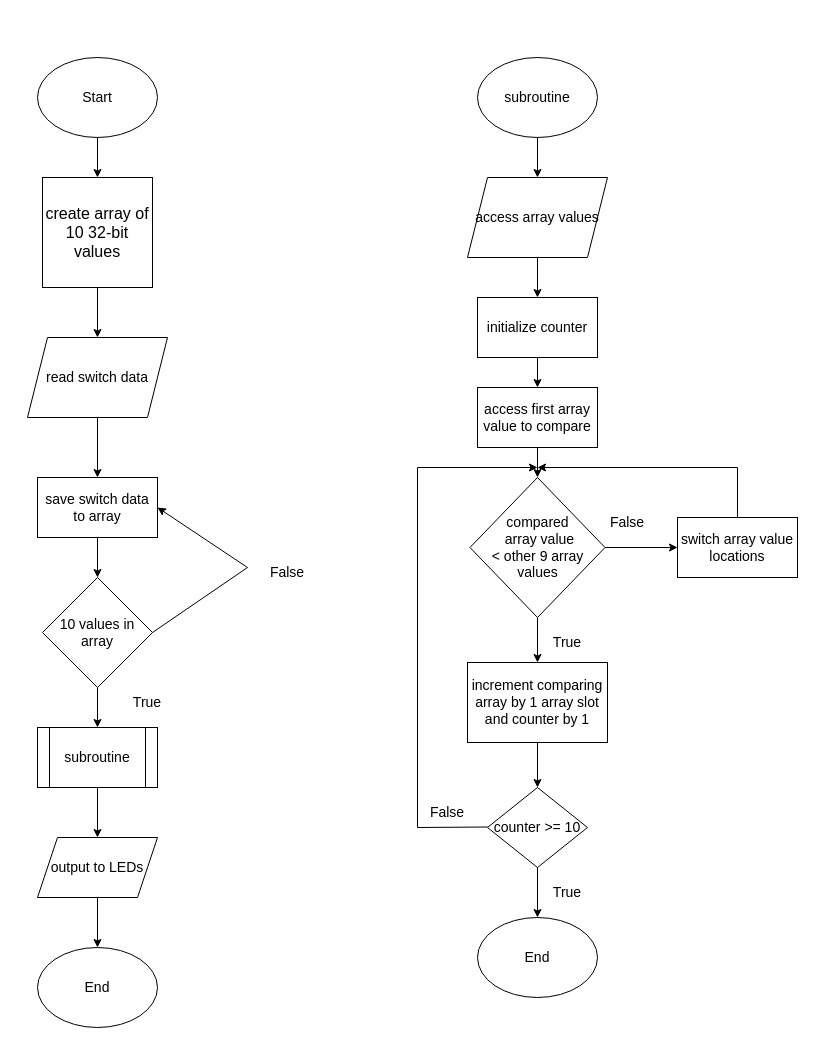
Above: final_project_SW.drawio in psp-player/CPE233 (draw.io), before the change. Source tidied: cells renumbered, new cells numbered last; positions are measured from the earlier drawing's top-left corner, leaving out a move shared by most shapes. Both pictures are drawn from the tidied source at 100%, with x=0, y=0 at pixel (27, 57).
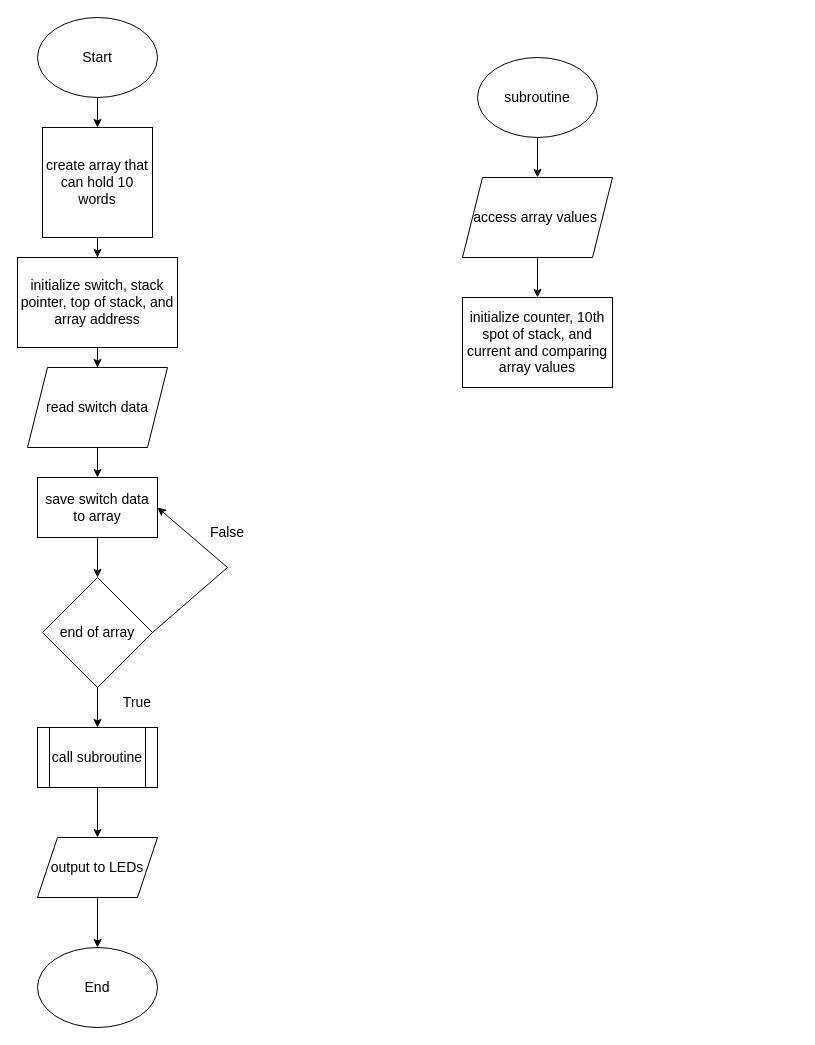
The same diagram, later.

Unchanged cells that the change refers to:
```xml
<mxCell id="9" value="&lt;font style=&quot;font-size: 14px;&quot;&gt;save switch data to array&lt;/font&gt;" style="rounded=0;whiteSpace=wrap;html=1;" parent="1" vertex="1">
  <mxGeometry x="10" y="420" width="120" height="60" as="geometry" />
</mxCell>
```

The edit, as a diff of the source:
```diff
@@
     <mxCell id="3" value="&lt;font style=&quot;font-size: 14px;&quot;&gt;Start&lt;/font&gt;" style="ellipse;whiteSpace=wrap;html=1;" parent="1" vertex="1">
-      <mxGeometry x="10" width="120" height="80" as="geometry" />
+      <mxGeometry x="10" y="-40" width="120" height="80" as="geometry" />
     </mxCell>
-    <mxCell id="4" style="edgeStyle=orthogonalEdgeStyle;rounded=0;jettySize=auto;html=1;entryX=0.5;entryY=0;entryDx=0;entryDy=0;" parent="1" edge="1" source="5" target="7">
-      <mxGeometry relative="1" as="geometry" />
-    </mxCell>
+    <mxCell id="47" style="edgeStyle=orthogonalEdgeStyle;rounded=0;jettySize=auto;html=1;entryX=0.5;entryY=0;entryDx=0;entryDy=0;" parent="1" edge="1" source="5" target="50">
+      <mxGeometry relative="1" as="geometry" />
+    </mxCell>
-    <mxCell id="5" value="&lt;font size=&quot;3&quot;&gt;create array of 10 32-bit values&lt;/font&gt;" style="whiteSpace=wrap;html=1;" parent="1" vertex="1">
-      <mxGeometry x="15" y="120" width="110" height="110" as="geometry" />
+    <mxCell id="5" value="&lt;font style=&quot;font-size: 14px;&quot;&gt;create array that can hold 10 words&lt;/font&gt;" style="whiteSpace=wrap;html=1;" parent="1" vertex="1">
+      <mxGeometry x="15" y="70" width="110" height="110" as="geometry" />
     </mxCell>
@@
     <mxCell id="7" value="&lt;font style=&quot;font-size: 14px;&quot;&gt;read switch data&lt;/font&gt;" style="shape=parallelogram;perimeter=parallelogramPerimeter;whiteSpace=wrap;html=1;fixedSize=1;" parent="1" vertex="1">
-      <mxGeometry y="280" width="140" height="80" as="geometry" />
+      <mxGeometry y="310" width="140" height="80" as="geometry" />
     </mxCell>
@@
-    <mxCell id="11" value="&lt;font style=&quot;font-size: 14px;&quot;&gt;10 values in array&lt;/font&gt;" style="rhombus;whiteSpace=wrap;html=1;" parent="1" vertex="1">
+    <mxCell id="11" value="&lt;span style=&quot;font-size: 14px;&quot;&gt;end of array&lt;/span&gt;" style="rhombus;whiteSpace=wrap;html=1;" parent="1" vertex="1">
       <mxGeometry x="15" y="520" width="110" height="110" as="geometry" />
     </mxCell>
@@
-    <mxCell id="13" value="&lt;font style=&quot;font-size: 14px;&quot;&gt;subroutine&lt;/font&gt;" style="shape=process;whiteSpace=wrap;html=1;backgroundOutline=1;" parent="1" vertex="1">
+    <mxCell id="13" value="&lt;font style=&quot;font-size: 14px;&quot;&gt;call subroutine&lt;/font&gt;" style="shape=process;whiteSpace=wrap;html=1;backgroundOutline=1;" parent="1" vertex="1">
       <mxGeometry x="10" y="670" width="120" height="60" as="geometry" />
     </mxCell>
@@
-    <mxCell id="19" style="endArrow=none;html=1;rounded=0;exitX=1;exitY=0.5;exitDx=0;exitDy=0;" parent="1" edge="1" source="11">
-      <mxGeometry relative="1" as="geometry">
-        <mxPoint x="220" y="510" as="targetPoint" />
-      </mxGeometry>
-    </mxCell>
-    <mxCell id="20" style="endArrow=classic;html=1;rounded=0;entryX=1;entryY=0.5;entryDx=0;entryDy=0;" parent="1" edge="1" target="9">
-      <mxGeometry relative="1" as="geometry">
-        <mxPoint x="220" y="510" as="sourcePoint" />
-      </mxGeometry>
-    </mxCell>
     <mxCell id="21" value="&lt;font style=&quot;font-size: 14px;&quot;&gt;True&lt;/font&gt;" style="text;html=1;align=center;verticalAlign=middle;whiteSpace=wrap;rounded=0;" parent="1" vertex="1">
-      <mxGeometry x="90" y="630" width="60" height="30" as="geometry" />
+      <mxGeometry x="80" y="630" width="60" height="30" as="geometry" />
     </mxCell>
-    <mxCell id="22" value="&lt;font style=&quot;font-size: 14px;&quot;&gt;False&lt;/font&gt;" style="text;html=1;align=center;verticalAlign=middle;whiteSpace=wrap;rounded=0;" parent="1" vertex="1">
-      <mxGeometry x="230" y="500" width="60" height="30" as="geometry" />
-    </mxCell>
-    <mxCell id="23" style="edgeStyle=orthogonalEdgeStyle;rounded=0;jettySize=auto;html=1;entryX=0.5;entryY=0;entryDx=0;entryDy=0;" parent="1" edge="1" source="24" target="26">
-      <mxGeometry relative="1" as="geometry" />
-    </mxCell>
+    <mxCell id="48" style="edgeStyle=orthogonalEdgeStyle;rounded=0;jettySize=auto;html=1;entryX=0.5;entryY=0;entryDx=0;entryDy=0;" parent="1" edge="1" source="24" target="33">
+      <mxGeometry relative="1" as="geometry" />
+    </mxCell>
-    <mxCell id="24" value="&lt;font style=&quot;font-size: 14px;&quot;&gt;access array values&lt;/font&gt;" style="shape=parallelogram;perimeter=parallelogramPerimeter;whiteSpace=wrap;html=1;fixedSize=1;" parent="1" vertex="1">
-      <mxGeometry x="440" y="120" width="140" height="80" as="geometry" />
+    <mxCell id="24" value="&lt;font style=&quot;font-size: 14px;&quot;&gt;access array values&amp;nbsp;&lt;/font&gt;" style="shape=parallelogram;perimeter=parallelogramPerimeter;whiteSpace=wrap;html=1;fixedSize=1;" parent="1" vertex="1">
+      <mxGeometry x="435" y="120" width="150" height="80" as="geometry" />
     </mxCell>
-    <mxCell id="25" style="edgeStyle=orthogonalEdgeStyle;rounded=0;jettySize=auto;html=1;entryX=0.5;entryY=0;entryDx=0;entryDy=0;" parent="1" edge="1" source="26" target="33">
-      <mxGeometry relative="1" as="geometry" />
-    </mxCell>
-    <mxCell id="26" value="&lt;font style=&quot;font-size: 14px;&quot;&gt;initialize counter&lt;/font&gt;" style="rounded=0;whiteSpace=wrap;html=1;" parent="1" vertex="1">
-      <mxGeometry x="450" y="240" width="120" height="60" as="geometry" />
-    </mxCell>
-    <mxCell id="27" style="edgeStyle=orthogonalEdgeStyle;rounded=0;jettySize=auto;html=1;entryX=0.5;entryY=0;entryDx=0;entryDy=0;" parent="1" edge="1" source="28" target="40">
-      <mxGeometry relative="1" as="geometry" />
-    </mxCell>
-    <mxCell id="28" value="&lt;font style=&quot;font-size: 14px;&quot;&gt;increment comparing array by 1 array slot and counter by 1&lt;/font&gt;" style="rounded=0;whiteSpace=wrap;html=1;" parent="1" vertex="1">
-      <mxGeometry x="440" y="605" width="140" height="80" as="geometry" />
-    </mxCell>
-    <mxCell id="29" style="edgeStyle=orthogonalEdgeStyle;rounded=0;jettySize=auto;html=1;entryX=0.5;entryY=0;entryDx=0;entryDy=0;" parent="1" edge="1" source="31" target="28">
-      <mxGeometry relative="1" as="geometry" />
-    </mxCell>
-    <mxCell id="30" style="edgeStyle=orthogonalEdgeStyle;rounded=0;jettySize=auto;html=1;entryX=0;entryY=0.5;entryDx=0;entryDy=0;" parent="1" edge="1" source="31" target="36">
-      <mxGeometry relative="1" as="geometry" />
-    </mxCell>
-    <mxCell id="31" value="&lt;font style=&quot;font-size: 14px;&quot;&gt;compared&lt;br&gt;&amp;nbsp;array value &lt;br&gt;&amp;lt; other 9 array values&lt;/font&gt;" style="rhombus;whiteSpace=wrap;html=1;" parent="1" vertex="1">
-      <mxGeometry x="442.5" y="420" width="135" height="140" as="geometry" />
-    </mxCell>
-    <mxCell id="32" style="edgeStyle=orthogonalEdgeStyle;rounded=0;jettySize=auto;html=1;entryX=0.5;entryY=0;entryDx=0;entryDy=0;" parent="1" edge="1" source="33" target="31">
-      <mxGeometry relative="1" as="geometry" />
-    </mxCell>
-    <mxCell id="33" value="&lt;font style=&quot;font-size: 14px;&quot;&gt;access first array value to compare&lt;/font&gt;" style="rounded=0;whiteSpace=wrap;html=1;" parent="1" vertex="1">
-      <mxGeometry x="450" y="330" width="120" height="60" as="geometry" />
+    <mxCell id="33" value="&lt;font style=&quot;font-size: 14px;&quot;&gt;initialize counter, 10th spot of stack, and current and comparing array values&lt;/font&gt;" style="rounded=0;whiteSpace=wrap;html=1;" parent="1" vertex="1">
+      <mxGeometry x="435" y="240" width="150" height="90" as="geometry" />
     </mxCell>
-    <mxCell id="34" value="&lt;font style=&quot;font-size: 14px;&quot;&gt;True&lt;/font&gt;" style="text;html=1;align=center;verticalAlign=middle;whiteSpace=wrap;rounded=0;" parent="1" vertex="1">
-      <mxGeometry x="510" y="570" width="60" height="30" as="geometry" />
-    </mxCell>
-    <mxCell id="35" value="&lt;font style=&quot;font-size: 14px;&quot;&gt;False&lt;/font&gt;" style="text;html=1;align=center;verticalAlign=middle;whiteSpace=wrap;rounded=0;" parent="1" vertex="1">
-      <mxGeometry x="570" y="450" width="60" height="30" as="geometry" />
-    </mxCell>
-    <mxCell id="36" value="&lt;font style=&quot;font-size: 14px;&quot;&gt;switch array value locations&lt;/font&gt;" style="rounded=0;whiteSpace=wrap;html=1;" parent="1" vertex="1">
-      <mxGeometry x="650" y="460" width="120" height="60" as="geometry" />
-    </mxCell>
-    <mxCell id="37" style="endArrow=none;html=1;rounded=0;" parent="1" edge="1">
-      <mxGeometry relative="1" as="geometry">
-        <mxPoint x="710" y="460" as="sourcePoint" />
-        <mxPoint x="710" y="410" as="targetPoint" />
-      </mxGeometry>
-    </mxCell>
-    <mxCell id="38" style="endArrow=classic;html=1;rounded=0;" parent="1" edge="1">
-      <mxGeometry relative="1" as="geometry">
-        <mxPoint x="710" y="410" as="sourcePoint" />
-        <mxPoint x="510" y="410" as="targetPoint" />
-      </mxGeometry>
-    </mxCell>
-    <mxCell id="39" style="edgeStyle=orthogonalEdgeStyle;rounded=0;jettySize=auto;html=1;entryX=0.5;entryY=0;entryDx=0;entryDy=0;" parent="1" edge="1" source="40" target="41">
-      <mxGeometry relative="1" as="geometry" />
-    </mxCell>
-    <mxCell id="40" value="&lt;font style=&quot;font-size: 14px;&quot;&gt;counter &amp;gt;= 10&lt;/font&gt;" style="rhombus;whiteSpace=wrap;html=1;" parent="1" vertex="1">
-      <mxGeometry x="460" y="730" width="100" height="80" as="geometry" />
-    </mxCell>
-    <mxCell id="41" value="&lt;font style=&quot;font-size: 14px;&quot;&gt;End&lt;/font&gt;" style="ellipse;whiteSpace=wrap;html=1;" parent="1" vertex="1">
-      <mxGeometry x="450" y="860" width="120" height="80" as="geometry" />
-    </mxCell>
-    <mxCell id="42" value="&lt;font style=&quot;font-size: 14px;&quot;&gt;True&lt;/font&gt;" style="text;html=1;align=center;verticalAlign=middle;whiteSpace=wrap;rounded=0;" parent="1" vertex="1">
-      <mxGeometry x="510" y="820" width="60" height="30" as="geometry" />
-    </mxCell>
-    <mxCell id="43" value="&lt;font style=&quot;font-size: 14px;&quot;&gt;False&lt;/font&gt;" style="text;html=1;align=center;verticalAlign=middle;whiteSpace=wrap;rounded=0;" parent="1" vertex="1">
-      <mxGeometry x="390" y="740" width="60" height="30" as="geometry" />
-    </mxCell>
-    <mxCell id="44" style="endArrow=none;html=1;rounded=0;" parent="1" edge="1">
-      <mxGeometry relative="1" as="geometry">
-        <mxPoint x="390" y="770" as="sourcePoint" />
-        <mxPoint x="460" y="769.5" as="targetPoint" />
-      </mxGeometry>
-    </mxCell>
-    <mxCell id="45" style="endArrow=none;html=1;rounded=0;" parent="1" edge="1">
-      <mxGeometry relative="1" as="geometry">
-        <mxPoint x="390" y="770" as="sourcePoint" />
-        <mxPoint x="390" y="410" as="targetPoint" />
-      </mxGeometry>
-    </mxCell>
-    <mxCell id="46" style="endArrow=classic;html=1;rounded=0;" parent="1" edge="1">
-      <mxGeometry relative="1" as="geometry">
-        <mxPoint x="390" y="410" as="sourcePoint" />
-        <mxPoint x="510" y="410" as="targetPoint" />
-      </mxGeometry>
-    </mxCell>
+    <mxCell id="49" style="edgeStyle=orthogonalEdgeStyle;rounded=0;jettySize=auto;html=1;entryX=0.5;entryY=0;entryDx=0;entryDy=0;" parent="1" edge="1" source="50" target="7">
+      <mxGeometry relative="1" as="geometry" />
+    </mxCell>
+    <mxCell id="50" value="&lt;font style=&quot;font-size: 14px;&quot;&gt;initialize switch, stack pointer, top of stack, and array address&lt;/font&gt;" style="rounded=0;whiteSpace=wrap;html=1;" parent="1" vertex="1">
+      <mxGeometry x="-10" y="200" width="160" height="90" as="geometry" />
+    </mxCell>
+    <mxCell id="51" style="endArrow=none;html=1;rounded=0;exitX=1;exitY=0.5;exitDx=0;exitDy=0;" parent="1" edge="1" source="11">
+      <mxGeometry relative="1" as="geometry">
+        <mxPoint x="200" y="510" as="targetPoint" />
+      </mxGeometry>
+    </mxCell>
+    <mxCell id="52" style="endArrow=classic;html=1;rounded=0;entryX=1;entryY=0.5;entryDx=0;entryDy=0;" parent="1" edge="1" target="9">
+      <mxGeometry relative="1" as="geometry">
+        <mxPoint x="200" y="510" as="sourcePoint" />
+      </mxGeometry>
+    </mxCell>
+    <mxCell id="53" value="&lt;font style=&quot;font-size: 14px;&quot;&gt;False&lt;/font&gt;" style="text;html=1;align=center;verticalAlign=middle;whiteSpace=wrap;rounded=0;" parent="1" vertex="1">
+      <mxGeometry x="170" y="460" width="60" height="30" as="geometry" />
+    </mxCell>
```
